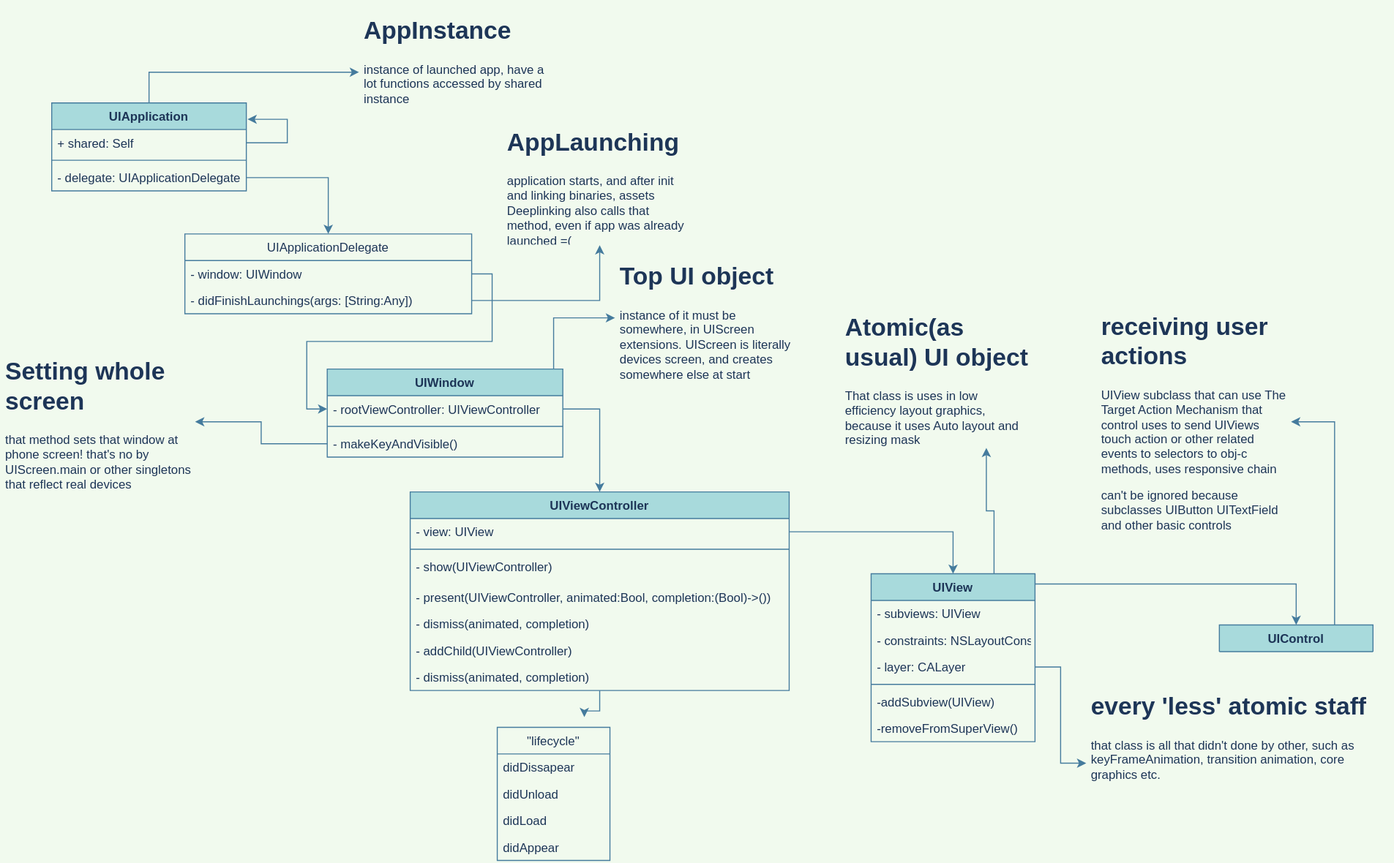
Before: UIKit_iOS.svg, a diagram exported from draw.io (rostikjooo/MacOSBootstrap). Source tidied: cells renumbered, new cells last; positions are measured from the earlier drawing's top-left corner, leaving out a move shared by most shapes.
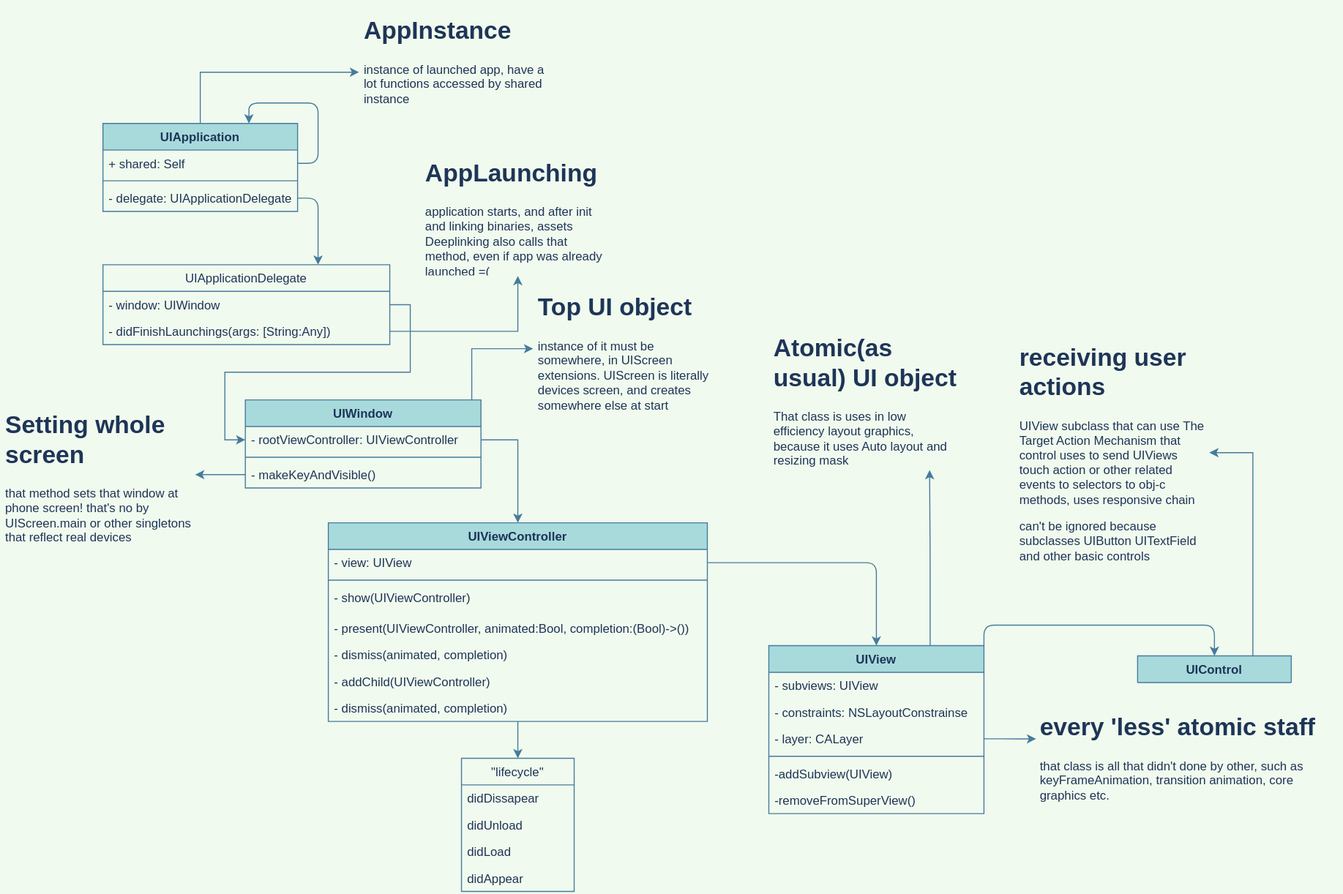
The same file after the commit.

Diff of the diagram source:
```diff
@@ -6,16 +6,8 @@
       <mxGeometry relative="1" as="geometry" />
     </mxCell>
     <mxCell id="3" value="UIApplication" style="swimlane;fontStyle=1;align=center;verticalAlign=top;horizontal=1;startSize=26;fillColor=#A8DADC;strokeColor=#457B9D;fontColor=#1D3557;" parent="1" vertex="1">
-      <mxGeometry x="50" y="90" width="190" height="86" as="geometry" />
+      <mxGeometry x="180" y="80" width="190" height="86" as="geometry" />
     </mxCell>
-    <mxCell id="4" style="edgeStyle=orthogonalEdgeStyle;rounded=0;jettySize=auto;html=1;exitX=1;exitY=0.5;exitDx=0;exitDy=0;entryX=1.006;entryY=0.186;entryDx=0;entryDy=0;entryPerimeter=0;labelBackgroundColor=#F1FAEE;strokeColor=#457B9D;fontColor=#1D3557;" parent="3" edge="1" source="5" target="3">
-      <mxGeometry relative="1" as="geometry">
-        <Array as="points">
-          <mxPoint x="230" y="39" />
-          <mxPoint x="230" y="16" />
-        </Array>
-      </mxGeometry>
-    </mxCell>
     <mxCell id="5" value="+ shared: Self" style="text;strokeColor=none;fillColor=none;align=left;verticalAlign=top;spacingLeft=4;spacingRight=4;overflow=hidden;points=[[0,0.5],[1,0.5]];portConstraint=eastwest;fontColor=#1D3557;" parent="3" vertex="1">
       <mxGeometry y="26" width="190" height="26" as="geometry" />
     </mxCell>
@@ -25,6 +17,15 @@
     <mxCell id="7" value="- delegate: UIApplicationDelegate" style="text;strokeColor=none;fillColor=none;align=left;verticalAlign=top;spacingLeft=4;spacingRight=4;overflow=hidden;points=[[0,0.5],[1,0.5]];portConstraint=eastwest;fontColor=#1D3557;" parent="3" vertex="1">
       <mxGeometry y="60" width="190" height="26" as="geometry" />
     </mxCell>
+    <mxCell id="4" style="edgeStyle=orthogonalEdgeStyle;rounded=1;sketch=0;jettySize=auto;html=1;exitX=1;exitY=0.5;exitDx=0;exitDy=0;strokeColor=#457B9D;fillColor=#A8DADC;fontColor=#1D3557;entryX=0.75;entryY=0;entryDx=0;entryDy=0;" parent="3" edge="1" source="5" target="3">
+      <mxGeometry relative="1" as="geometry">
+        <Array as="points">
+          <mxPoint x="210" y="39" />
+          <mxPoint x="210" y="-20" />
+          <mxPoint x="143" y="-20" />
+        </Array>
+      </mxGeometry>
+    </mxCell>
     <mxCell id="8" value="UIApplicationDelegate" style="swimlane;fontStyle=0;horizontal=1;startSize=26;fillColor=none;strokeColor=#457B9D;fontColor=#1D3557;" parent="1" vertex="1">
       <mxGeometry x="180" y="218" width="280" height="78" as="geometry" />
     </mxCell>
@@ -34,9 +35,6 @@
     <mxCell id="10" value="- didFinishLaunchings(args: [String:Any])" style="text;strokeColor=none;fillColor=none;align=left;verticalAlign=top;spacingLeft=4;spacingRight=4;overflow=hidden;points=[[0,0.5],[1,0.5]];portConstraint=eastwest;fontColor=#1D3557;" parent="8" vertex="1">
       <mxGeometry y="52" width="280" height="26" as="geometry" />
     </mxCell>
-    <mxCell id="11" style="edgeStyle=orthogonalEdgeStyle;rounded=0;jettySize=auto;html=1;exitX=1;exitY=0.5;exitDx=0;exitDy=0;entryX=0.5;entryY=0;entryDx=0;entryDy=0;labelBackgroundColor=#F1FAEE;strokeColor=#457B9D;fontColor=#1D3557;" parent="1" edge="1" source="7" target="8">
-      <mxGeometry relative="1" as="geometry" />
-    </mxCell>
     <mxCell id="12" style="edgeStyle=orthogonalEdgeStyle;rounded=0;jettySize=auto;html=1;exitX=0.961;exitY=0;exitDx=0;exitDy=0;exitPerimeter=0;labelBackgroundColor=#F1FAEE;strokeColor=#457B9D;fontColor=#1D3557;" parent="1" edge="1" source="13" target="35">
       <mxGeometry relative="1" as="geometry">
         <Array as="points">
@@ -59,11 +57,6 @@
     <mxCell id="17" style="edgeStyle=orthogonalEdgeStyle;rounded=0;jettySize=auto;html=1;exitX=1;exitY=0.5;exitDx=0;exitDy=0;entryX=0;entryY=0.5;entryDx=0;entryDy=0;labelBackgroundColor=#F1FAEE;strokeColor=#457B9D;fontColor=#1D3557;" parent="1" edge="1" source="9" target="14">
       <mxGeometry relative="1" as="geometry" />
     </mxCell>
-    <mxCell id="18" style="edgeStyle=orthogonalEdgeStyle;rounded=0;jettySize=auto;html=1;labelBackgroundColor=#F1FAEE;strokeColor=#457B9D;fontColor=#1D3557;" parent="1" edge="1" source="19">
-      <mxGeometry relative="1" as="geometry">
-        <mxPoint x="570" y="690" as="targetPoint" />
-      </mxGeometry>
-    </mxCell>
     <mxCell id="19" value="UIViewController" style="swimlane;fontStyle=1;align=center;verticalAlign=top;horizontal=1;startSize=26;fillColor=#A8DADC;strokeColor=#457B9D;fontColor=#1D3557;" parent="1" vertex="1">
       <mxGeometry x="400" y="470" width="370" height="194" as="geometry" />
     </mxCell>
@@ -88,8 +81,11 @@
     <mxCell id="26" value="- dismiss(animated, completion)" style="text;strokeColor=none;fillColor=none;align=left;verticalAlign=top;spacingLeft=4;spacingRight=4;overflow=hidden;fontColor=#1D3557;" parent="19" vertex="1">
       <mxGeometry y="168" width="370" height="26" as="geometry" />
     </mxCell>
+    <mxCell id="55" style="edgeStyle=orthogonalEdgeStyle;rounded=1;sketch=0;jettySize=auto;html=1;strokeColor=#457B9D;fillColor=#A8DADC;fontColor=#1D3557;entryX=0.5;entryY=0;entryDx=0;entryDy=0;" parent="1" edge="1" source="19" target="27">
+      <mxGeometry relative="1" as="geometry" />
+    </mxCell>
     <mxCell id="27" value="&quot;lifecycle&quot;" style="swimlane;fontStyle=0;horizontal=1;startSize=26;fillColor=none;strokeColor=#457B9D;fontColor=#1D3557;" parent="1" vertex="1">
-      <mxGeometry x="485" y="700" width="110" height="130" as="geometry" />
+      <mxGeometry x="530" y="700" width="110" height="130" as="geometry" />
     </mxCell>
     <mxCell id="28" value="didDissapear" style="text;strokeColor=none;fillColor=none;align=left;verticalAlign=top;spacingLeft=4;spacingRight=4;overflow=hidden;fontColor=#1D3557;" parent="27" vertex="1">
       <mxGeometry y="26" width="110" height="26" as="geometry" />
@@ -110,64 +106,52 @@
       <mxGeometry relative="1" as="geometry" />
     </mxCell>
     <mxCell id="34" value="&lt;h1&gt;AppInstance&lt;/h1&gt;&lt;div&gt;instance of launched app, have a lot functions accessed by shared instance&lt;/div&gt;" style="text;html=1;strokeColor=none;fillColor=none;spacing=5;spacingTop=-20;whiteSpace=wrap;overflow=hidden;rounded=0;fontColor=#1D3557;" parent="1" vertex="1">
-      <mxGeometry x="350" width="190" height="120" as="geometry" />
+      <mxGeometry x="430" y="-30" width="190" height="120" as="geometry" />
     </mxCell>
     <mxCell id="35" value="&lt;h1&gt;Top UI object&amp;nbsp;&lt;/h1&gt;&lt;div&gt;instance of it must be somewhere, in UIScreen extensions. UIScreen is literally devices screen, and creates somewhere else at start&lt;/div&gt;" style="text;html=1;strokeColor=none;fillColor=none;spacing=5;spacingTop=-20;whiteSpace=wrap;overflow=hidden;rounded=0;fontColor=#1D3557;" parent="1" vertex="1">
       <mxGeometry x="600" y="240" width="190" height="120" as="geometry" />
     </mxCell>
-    <mxCell id="36" style="edgeStyle=orthogonalEdgeStyle;rounded=0;jettySize=auto;html=1;entryX=1;entryY=0.5;entryDx=0;entryDy=0;labelBackgroundColor=#F1FAEE;strokeColor=#457B9D;fontColor=#1D3557;" parent="1" edge="1" target="37">
-      <mxGeometry relative="1" as="geometry">
-        <mxPoint x="319" y="423" as="sourcePoint" />
-      </mxGeometry>
-    </mxCell>
     <mxCell id="37" value="&lt;h1&gt;Setting whole screen&lt;/h1&gt;&lt;p&gt;that method sets that window at phone screen! that's no by UIScreen.main or other singletons that reflect real devices&lt;/p&gt;" style="text;html=1;strokeColor=none;fillColor=none;spacing=5;spacingTop=-20;whiteSpace=wrap;overflow=hidden;rounded=0;fontColor=#1D3557;" parent="1" vertex="1">
-      <mxGeometry y="333" width="190" height="137" as="geometry" />
+      <mxGeometry x="80" y="354.5" width="190" height="137" as="geometry" />
     </mxCell>
     <mxCell id="38" style="edgeStyle=orthogonalEdgeStyle;rounded=0;jettySize=auto;html=1;exitX=1;exitY=0.5;exitDx=0;exitDy=0;entryX=0.5;entryY=0;entryDx=0;entryDy=0;labelBackgroundColor=#F1FAEE;strokeColor=#457B9D;fontColor=#1D3557;" parent="1" edge="1" source="14" target="19">
       <mxGeometry relative="1" as="geometry" />
     </mxCell>
     <mxCell id="39" value="&lt;h1&gt;Atomic(as usual) UI object&lt;/h1&gt;&lt;p&gt;That class is uses in low efficiency layout graphics, because it uses Auto layout and resizing mask&lt;/p&gt;" style="text;html=1;strokeColor=none;fillColor=none;spacing=5;spacingTop=-20;whiteSpace=wrap;overflow=hidden;rounded=0;fontColor=#1D3557;" parent="1" vertex="1">
-      <mxGeometry x="820" y="290" width="190" height="137" as="geometry" />
+      <mxGeometry x="830" y="280" width="190" height="137" as="geometry" />
     </mxCell>
-    <mxCell id="40" style="edgeStyle=orthogonalEdgeStyle;rounded=0;jettySize=auto;html=1;exitX=0.75;exitY=0;exitDx=0;exitDy=0;entryX=0.75;entryY=1;entryDx=0;entryDy=0;labelBackgroundColor=#F1FAEE;strokeColor=#457B9D;fontColor=#1D3557;" parent="1" edge="1" source="42" target="39">
+    <mxCell id="40" style="edgeStyle=orthogonalEdgeStyle;curved=0;rounded=1;sketch=0;jettySize=auto;html=1;exitX=0.75;exitY=0;exitDx=0;exitDy=0;entryX=0.826;entryY=1.011;entryDx=0;entryDy=0;entryPerimeter=0;strokeColor=#457B9D;fillColor=#A8DADC;fontColor=#1D3557;" parent="1" edge="1" source="42" target="39">
       <mxGeometry relative="1" as="geometry" />
     </mxCell>
-    <mxCell id="41" style="edgeStyle=orthogonalEdgeStyle;rounded=0;jettySize=auto;html=1;exitX=1;exitY=0;exitDx=0;exitDy=0;entryX=0.5;entryY=0;entryDx=0;entryDy=0;labelBackgroundColor=#F1FAEE;strokeColor=#457B9D;fontColor=#1D3557;" parent="1" edge="1" source="42" target="51">
+    <mxCell id="41" style="edgeStyle=orthogonalEdgeStyle;curved=0;rounded=1;sketch=0;jettySize=auto;html=1;exitX=1;exitY=0;exitDx=0;exitDy=0;strokeColor=#457B9D;fillColor=#A8DADC;fontColor=#1D3557;entryX=0.5;entryY=0;entryDx=0;entryDy=0;" parent="1" edge="1" source="42" target="51">
       <mxGeometry relative="1" as="geometry">
         <Array as="points">
-          <mxPoint x="1010" y="560" />
-          <mxPoint x="1265" y="560" />
+          <mxPoint x="1040" y="570" />
+          <mxPoint x="1265" y="570" />
         </Array>
       </mxGeometry>
     </mxCell>
     <mxCell id="42" value="UIView" style="swimlane;fontStyle=1;align=center;verticalAlign=top;horizontal=1;startSize=26;fillColor=#A8DADC;strokeColor=#457B9D;fontColor=#1D3557;" parent="1" vertex="1">
-      <mxGeometry x="850" y="550" width="160" height="164" as="geometry" />
+      <mxGeometry x="830" y="590" width="210" height="164" as="geometry" />
     </mxCell>
     <mxCell id="43" value="- subviews: UIView" style="text;strokeColor=none;fillColor=none;align=left;verticalAlign=top;spacingLeft=4;spacingRight=4;overflow=hidden;fontColor=#1D3557;" parent="42" vertex="1">
-      <mxGeometry y="26" width="160" height="26" as="geometry" />
+      <mxGeometry y="26" width="210" height="26" as="geometry" />
     </mxCell>
     <mxCell id="44" value="- constraints: NSLayoutConstrainse" style="text;strokeColor=none;fillColor=none;align=left;verticalAlign=top;spacingLeft=4;spacingRight=4;overflow=hidden;fontColor=#1D3557;" parent="42" vertex="1">
-      <mxGeometry y="52" width="160" height="26" as="geometry" />
+      <mxGeometry y="52" width="210" height="26" as="geometry" />
     </mxCell>
     <mxCell id="45" value="- layer: CALayer" style="text;strokeColor=none;fillColor=none;align=left;verticalAlign=top;spacingLeft=4;spacingRight=4;overflow=hidden;points=[[0,0.5],[1,0.5]];portConstraint=eastwest;fontColor=#1D3557;" parent="42" vertex="1">
-      <mxGeometry y="78" width="160" height="26" as="geometry" />
+      <mxGeometry y="78" width="210" height="26" as="geometry" />
     </mxCell>
     <mxCell id="46" style="line;strokeWidth=1;fillColor=none;align=left;verticalAlign=middle;spacingTop=-1;spacingLeft=3;spacingRight=3;labelPosition=right;labelBackgroundColor=#F1FAEE;strokeColor=#457B9D;fontColor=#1D3557;" parent="42" vertex="1">
-      <mxGeometry y="104" width="160" height="8" as="geometry" />
+      <mxGeometry y="104" width="210" height="8" as="geometry" />
     </mxCell>
     <mxCell id="47" value="-addSubview(UIView)" style="text;strokeColor=none;fillColor=none;align=left;verticalAlign=top;spacingLeft=4;spacingRight=4;overflow=hidden;fontColor=#1D3557;" parent="42" vertex="1">
-      <mxGeometry y="112" width="160" height="26" as="geometry" />
+      <mxGeometry y="112" width="210" height="26" as="geometry" />
     </mxCell>
     <mxCell id="48" value="-removeFromSuperView()" style="text;strokeColor=none;fillColor=none;align=left;verticalAlign=top;spacingLeft=4;spacingRight=4;overflow=hidden;fontColor=#1D3557;" parent="42" vertex="1">
-      <mxGeometry y="138" width="160" height="26" as="geometry" />
+      <mxGeometry y="138" width="210" height="26" as="geometry" />
     </mxCell>
-    <mxCell id="49" style="edgeStyle=orthogonalEdgeStyle;rounded=0;jettySize=auto;html=1;exitX=1;exitY=0.5;exitDx=0;exitDy=0;entryX=0.5;entryY=0;entryDx=0;entryDy=0;labelBackgroundColor=#F1FAEE;strokeColor=#457B9D;fontColor=#1D3557;" parent="1" edge="1" source="20" target="42">
-      <mxGeometry relative="1" as="geometry">
-        <Array as="points">
-          <mxPoint x="930" y="509" />
-        </Array>
-      </mxGeometry>
-    </mxCell>
     <mxCell id="50" style="edgeStyle=orthogonalEdgeStyle;rounded=0;jettySize=auto;html=1;exitX=0.75;exitY=0;exitDx=0;exitDy=0;entryX=1;entryY=0.5;entryDx=0;entryDy=0;labelBackgroundColor=#F1FAEE;strokeColor=#457B9D;fontColor=#1D3557;" parent="1" edge="1" source="51" target="52">
       <mxGeometry relative="1" as="geometry" />
     </mxCell>
@@ -178,10 +162,19 @@
       <mxGeometry x="1070" y="288.5" width="190" height="226" as="geometry" />
     </mxCell>
     <mxCell id="53" value="&lt;h1&gt;every 'less' atomic staff&lt;/h1&gt;&lt;p&gt;that class is all that didn't done by other, such as keyFrameAnimation, transition animation, core graphics etc.&lt;/p&gt;" style="text;html=1;strokeColor=none;fillColor=none;spacing=5;spacingTop=-20;whiteSpace=wrap;overflow=hidden;rounded=0;fontColor=#1D3557;" parent="1" vertex="1">
-      <mxGeometry x="1060" y="660" width="300" height="150" as="geometry" />
+      <mxGeometry x="1090" y="650" width="300" height="150" as="geometry" />
     </mxCell>
+    <mxCell id="49" style="edgeStyle=orthogonalEdgeStyle;curved=0;rounded=1;sketch=0;jettySize=auto;html=1;exitX=1;exitY=0.5;exitDx=0;exitDy=0;entryX=0.5;entryY=0;entryDx=0;entryDy=0;strokeColor=#457B9D;fillColor=#A8DADC;fontColor=#1D3557;" parent="1" edge="1" source="20" target="42">
+      <mxGeometry relative="1" as="geometry" />
+    </mxCell>
-    <mxCell id="54" style="edgeStyle=orthogonalEdgeStyle;rounded=0;jettySize=auto;html=1;exitX=1;exitY=0.5;exitDx=0;exitDy=0;entryX=0;entryY=0.5;entryDx=0;entryDy=0;labelBackgroundColor=#F1FAEE;strokeColor=#457B9D;fontColor=#1D3557;" parent="1" edge="1" source="45" target="53">
+    <mxCell id="54" style="edgeStyle=orthogonalEdgeStyle;curved=0;rounded=1;sketch=0;jettySize=auto;html=1;exitX=1;exitY=0.5;exitDx=0;exitDy=0;entryX=0.003;entryY=0.207;entryDx=0;entryDy=0;strokeColor=#457B9D;fillColor=#A8DADC;fontColor=#1D3557;entryPerimeter=0;" parent="1" edge="1" source="45" target="53">
       <mxGeometry relative="1" as="geometry" />
     </mxCell>
+    <mxCell id="56" style="edgeStyle=orthogonalEdgeStyle;curved=0;rounded=1;sketch=0;jettySize=auto;html=1;exitX=0;exitY=0.5;exitDx=0;exitDy=0;strokeColor=#457B9D;fillColor=#A8DADC;fontColor=#1D3557;entryX=1;entryY=0.5;entryDx=0;entryDy=0;" parent="1" edge="1" source="16" target="37">
+      <mxGeometry relative="1" as="geometry" />
+    </mxCell>
+    <mxCell id="11" style="edgeStyle=orthogonalEdgeStyle;rounded=1;sketch=0;jettySize=auto;html=1;exitX=1;exitY=0.5;exitDx=0;exitDy=0;entryX=0.75;entryY=0;entryDx=0;entryDy=0;strokeColor=#457B9D;fillColor=#A8DADC;fontColor=#1D3557;" parent="1" edge="1" source="7" target="8">
+      <mxGeometry relative="1" as="geometry" />
+    </mxCell>
   </root>
 </mxGraphModel>
```
